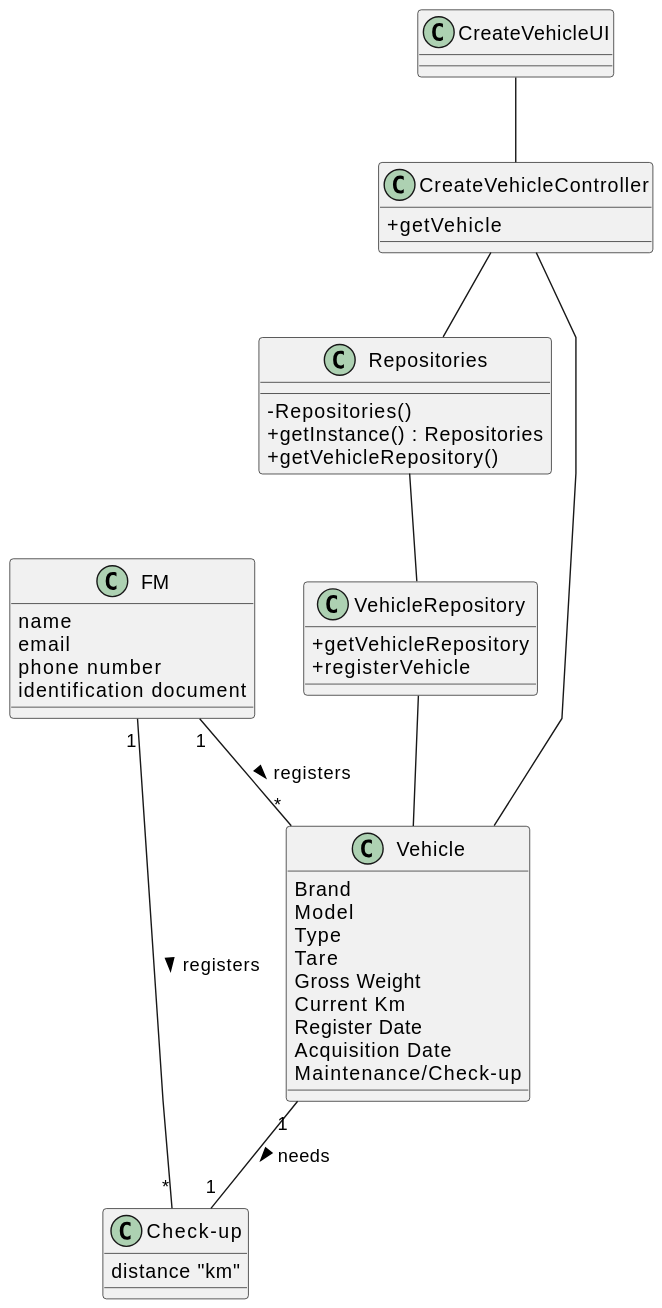
Departamento-de-Engenharia-Informatica/lei-24-s2-1dl-g121 keeps this PlantUML diagram as docs/sprintC/us026/03.design/svg/us026-class-diagram.svg. Above is the earlier version. Its diagram source:
```plantuml
@startuml
skinparam packageStyle rectangle
skinparam shadowing false
skinparam linetype polyline

skinparam classAttributeIconSize 0


class VehicleRepository{
    +getVehicleRepository
    +registerVehicle
}

class CreateVehicleUI{

}

class Repositories {
    - Repositories()
    + getInstance() : Repositories
    + getVehicleRepository()
}

class CreateVehicleController{
    +getVehicle

}

class FM{
    name
    email
    phone number
    identification document
}


class Vehicle{
    Brand
    Model
    Type
    Tare
    Gross Weight
    Current Km
    Register Date
    Acquisition Date
    Maintenance/Check-up
}

class Check-up{
    distance "km"
}

CreateVehicleUI -- CreateVehicleController
Repositories -- VehicleRepository
CreateVehicleController -- Repositories
VehicleRepository -- Vehicle
CreateVehicleController -- Vehicle
FM "1" -- "*" Vehicle : registers >
FM "1" -- "*" "Check-up" : registers >
Vehicle "1" -- "1" "Check-up" : needs >
@enduml
```
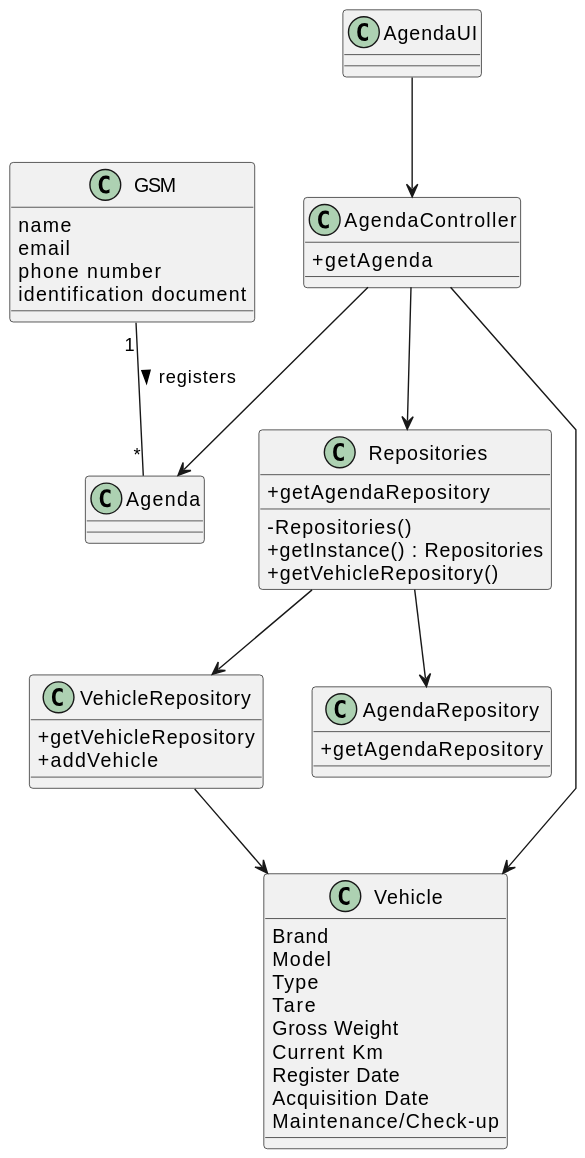
After the commit.

Change to the diagram source:
```diff
@@ -8,25 +8,29 @@
 
 class VehicleRepository{
     +getVehicleRepository
-    +registerVehicle
+    +addVehicle
 }
 
-class CreateVehicleUI{
+class AgendaUI{
 
+}
+class AgendaRepository{
+    +getAgendaRepository
 }
 
 class Repositories {
     - Repositories()
     + getInstance() : Repositories
     + getVehicleRepository()
+    +getAgendaRepository
 }
 
-class CreateVehicleController{
-    +getVehicle
+class AgendaController{
+    +getAgenda
 
 }
 
-class FM{
+class GSM{
     name
     email
     phone number
@@ -45,17 +49,17 @@
     Acquisition Date
     Maintenance/Check-up
 }
-
-class Check-up{
-    distance "km"
+class Agenda {
 }
 
-CreateVehicleUI -- CreateVehicleController
-Repositories -- VehicleRepository
-CreateVehicleController -- Repositories
-VehicleRepository -- Vehicle
-CreateVehicleController -- Vehicle
-FM "1" -- "*" Vehicle : registers >
-FM "1" -- "*" "Check-up" : registers >
-Vehicle "1" -- "1" "Check-up" : needs >
+
+
+AgendaUI --> AgendaController
+Repositories --> VehicleRepository
+AgendaController --> Repositories
+AgendaController --> Agenda
+VehicleRepository --> Vehicle
+AgendaController --> Vehicle
+GSM "1" -- "*" Agenda : registers >
+Repositories --> AgendaRepository
 @enduml
```
